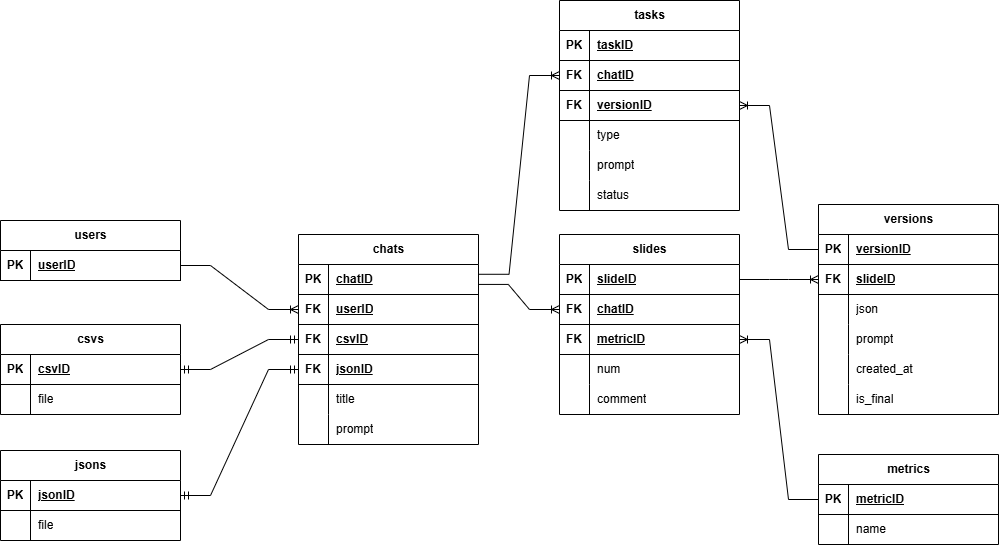
Above: Database Content/schemas/db_schema.png in Sber-Kiwi/Presentation-generation (draw.io), before the change. Source tidied: cells renumbered, new cells last; positions are measured from the earlier drawing's top-left corner, leaving out a move shared by most shapes.
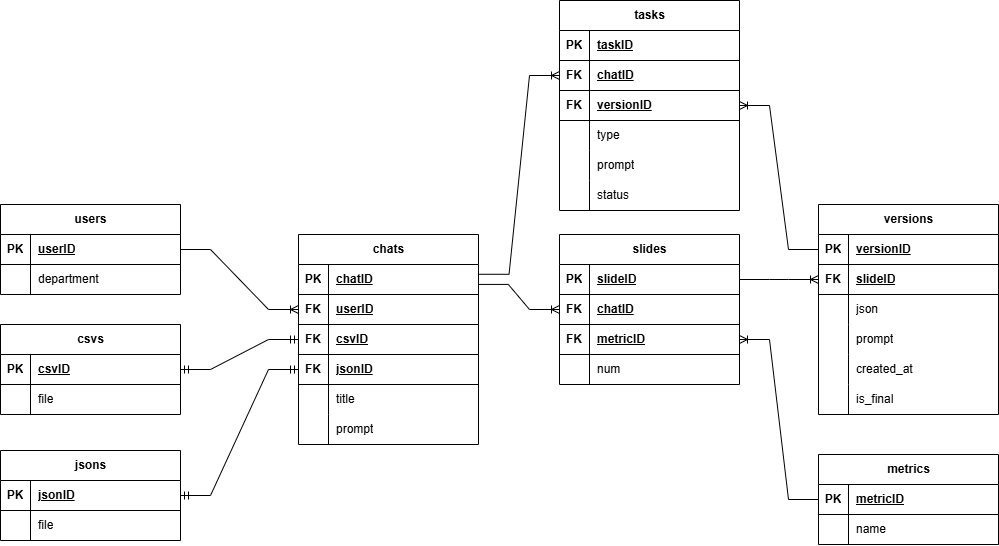
After the change.

Commit message:
ОПЯТЬ поменяли схему дб + добавила дампик

What changed in the source:
```diff
@@ -117,7 +117,7 @@
       <mxGeometry x="30" width="150" height="30" as="geometry" />
     </mxCell>
     <mxCell id="40" value="users" style="shape=table;startSize=30;rowLines=0;fontStyle=1;align=center;html=1;" parent="1" vertex="1">
-      <mxGeometry y="220" width="180" height="60" as="geometry" />
+      <mxGeometry y="204" width="180" height="90" as="geometry" />
     </mxCell>
     <mxCell id="41" style="shape=tableRow;horizontal=0;startSize=0;swimlaneHead=0;swimlaneBody=0;fillColor=none;points=[[0,0.5],[1,0.5]];portConstraint=eastwest;top=0;left=0;right=0;bottom=1;" parent="40" vertex="1">
       <mxGeometry y="30" width="180" height="30" as="geometry" />
@@ -128,11 +128,20 @@
     <mxCell id="43" value="userID" style="shape=partialRectangle;fillColor=none;top=0;left=0;bottom=0;right=0;align=left;spacingLeft=6;fontStyle=5;overflow=hidden;whiteSpace=wrap;html=1;" parent="41" vertex="1">
       <mxGeometry x="30" width="150" height="30" as="geometry" />
     </mxCell>
+    <mxCell id="108" style="shape=tableRow;horizontal=0;startSize=0;swimlaneHead=0;swimlaneBody=0;fillColor=none;top=0;left=0;right=0;bottom=0;" parent="40" vertex="1">
+      <mxGeometry y="60" width="180" height="30" as="geometry" />
+    </mxCell>
+    <mxCell id="59" style="shape=partialRectangle;fillColor=none;top=0;left=0;bottom=0;right=0;overflow=hidden;whiteSpace=wrap;html=1;" parent="108" vertex="1">
+      <mxGeometry width="30" height="30" as="geometry" />
+    </mxCell>
+    <mxCell id="109" value="department" style="shape=partialRectangle;fillColor=none;top=0;left=0;bottom=0;right=0;align=left;spacingLeft=6;overflow=hidden;whiteSpace=wrap;html=1;" parent="108" vertex="1">
+      <mxGeometry x="30" width="150" height="30" as="geometry" />
+    </mxCell>
     <mxCell id="44" style="edgeStyle=entityRelationEdgeStyle;fontSize=12;html=1;endArrow=ERoneToMany;rounded=0;exitX=1;exitY=0.5;exitDx=0;exitDy=0;entryX=0;entryY=0.5;entryDx=0;entryDy=0;" parent="1" edge="1" source="41" target="6">
       <mxGeometry relative="1" as="geometry" />
     </mxCell>
     <mxCell id="45" value="slides" style="shape=table;startSize=30;rowLines=0;fontStyle=1;align=center;html=1;" parent="1" vertex="1">
-      <mxGeometry x="559" y="234" width="180" height="180" as="geometry" />
+      <mxGeometry x="559" y="234" width="180" height="150" as="geometry" />
     </mxCell>
     <mxCell id="46" style="shape=tableRow;horizontal=0;startSize=0;swimlaneHead=0;swimlaneBody=0;fillColor=none;points=[[0,0.5],[1,0.5]];portConstraint=eastwest;top=0;left=0;right=0;bottom=1;" parent="45" vertex="1">
       <mxGeometry y="30" width="180" height="30" as="geometry" />
@@ -170,15 +179,6 @@
     <mxCell id="57" value="num" style="shape=partialRectangle;fillColor=none;top=0;left=0;bottom=0;right=0;align=left;spacingLeft=6;overflow=hidden;whiteSpace=wrap;html=1;" parent="55" vertex="1">
       <mxGeometry x="30" width="150" height="30" as="geometry" />
     </mxCell>
-    <mxCell id="58" style="shape=tableRow;horizontal=0;startSize=0;swimlaneHead=0;swimlaneBody=0;fillColor=none;top=0;left=0;right=0;bottom=0;" parent="45" vertex="1">
-      <mxGeometry y="150" width="180" height="30" as="geometry" />
-    </mxCell>
-    <mxCell id="59" style="shape=partialRectangle;fillColor=none;top=0;left=0;bottom=0;right=0;overflow=hidden;whiteSpace=wrap;html=1;" parent="58" vertex="1">
-      <mxGeometry width="30" height="30" as="geometry" />
-    </mxCell>
-    <mxCell id="60" value="comment" style="shape=partialRectangle;fillColor=none;top=0;left=0;bottom=0;right=0;align=left;spacingLeft=6;overflow=hidden;whiteSpace=wrap;html=1;" parent="58" vertex="1">
-      <mxGeometry x="30" width="150" height="30" as="geometry" />
-    </mxCell>
     <mxCell id="61" style="edgeStyle=entityRelationEdgeStyle;fontSize=12;html=1;endArrow=ERoneToMany;rounded=0;exitX=0.999;exitY=0.664;exitDx=0;exitDy=0;entryX=0;entryY=0.5;entryDx=0;entryDy=0;exitPerimeter=0;" parent="1" edge="1" source="3" target="49">
       <mxGeometry relative="1" as="geometry" />
     </mxCell>
```
